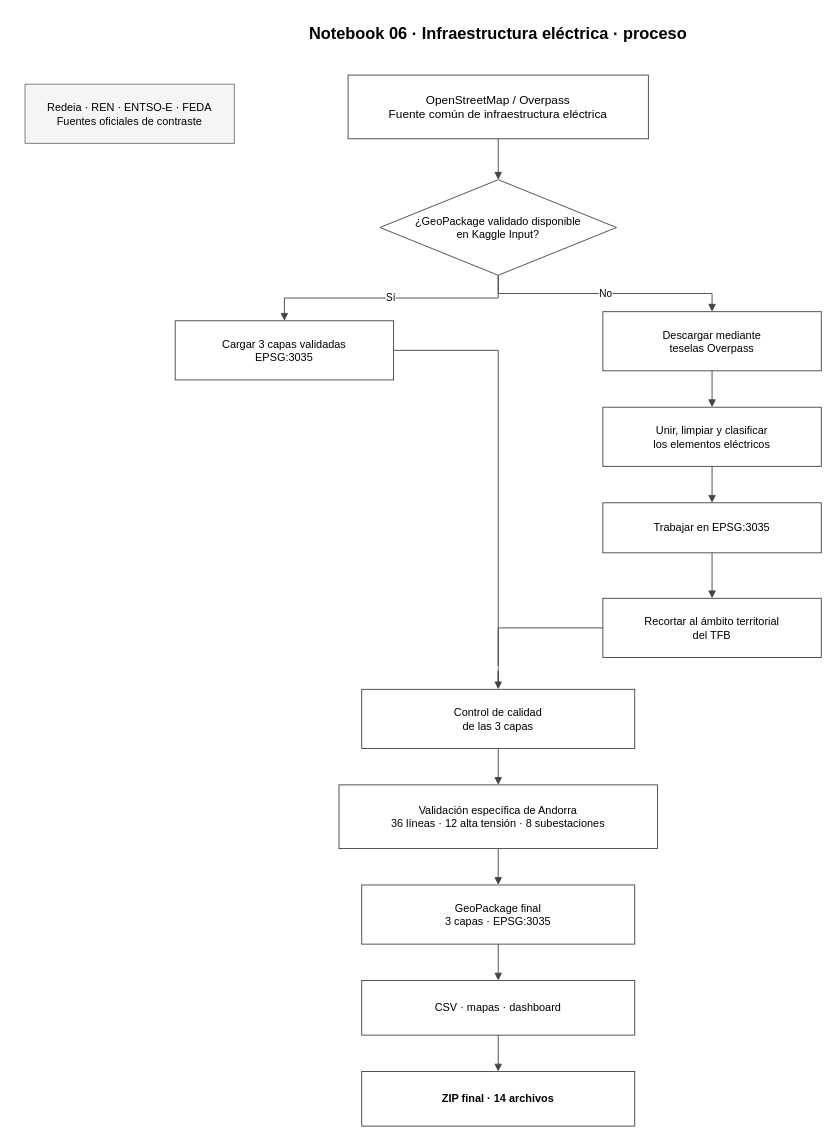
The draw.io diagram docs/diagramas/06_diagrama_proceso.drawio in Aemj2023/TFB-CPD-Sostenibles-Iberia-Final, before the edit. Source tidied: cells renumbered, new cells numbered last; positions are measured from the earlier drawing's top-left corner, leaving out a move shared by most shapes. Both pictures are drawn from the tidied source at 91%, with x=0, y=0 at pixel (25, 15).
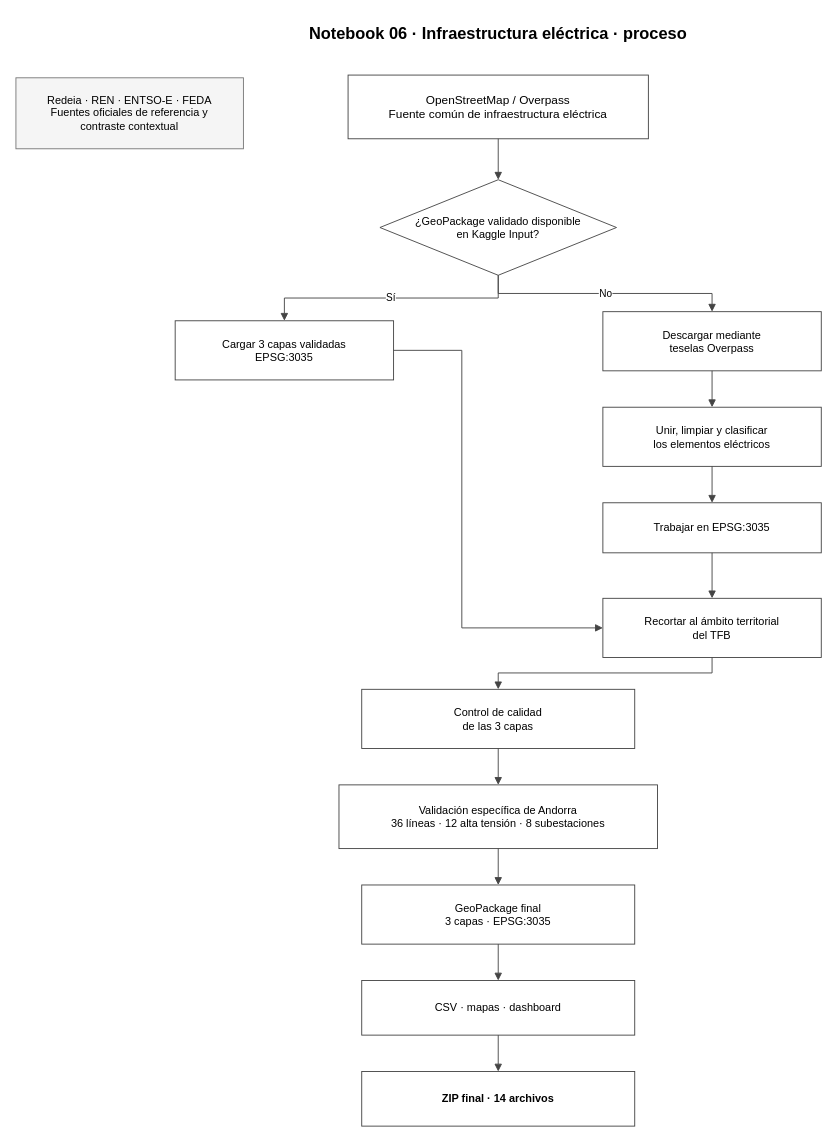
The same page after the edit.

Commit message:
actualizacion diagrama de proceso NB06

Unchanged cells that the change refers to:
```xml
<mxCell id="6" value="Cargar 3 capas validadas&#10;EPSG:3035" style="rounded=0;whiteSpace=wrap;html=1;fillColor=#ffffff;strokeColor=#444444;fontSize=12;align=center;verticalAlign=middle;" parent="1" vertex="1">
  <mxGeometry x="165" y="335" width="240" height="65" as="geometry" />
</mxCell>
<mxCell id="9" value="Recortar al ámbito territorial&#10;del TFB" style="rounded=0;whiteSpace=wrap;html=1;fillColor=#ffffff;strokeColor=#444444;fontSize=12;align=center;verticalAlign=middle;" parent="1" vertex="1">
  <mxGeometry x="635" y="640" width="240" height="65" as="geometry" />
</mxCell>
<mxCell id="11" value="Control de calidad&#10;de las 3 capas" style="rounded=0;whiteSpace=wrap;html=1;fillColor=#ffffff;strokeColor=#444444;fontSize=12;align=center;verticalAlign=middle;" parent="1" vertex="1">
  <mxGeometry x="370" y="740" width="300" height="65" as="geometry" />
</mxCell>
```

Change to the diagram source:
```diff
@@
-    <mxCell id="3" value="Redeia · REN · ENTSO-E · FEDA&#10;Fuentes oficiales de contraste" style="rounded=0;whiteSpace=wrap;html=1;fillColor=#f5f5f5;strokeColor=#777777;fontSize=12;align=center;verticalAlign=middle;" parent="1" vertex="1">
-      <mxGeometry y="75" width="230" height="65" as="geometry" />
+    <mxCell id="3" value="Redeia · REN · ENTSO-E · FEDA&#10;Fuentes oficiales de referencia y&#10;contraste contextual" style="rounded=0;whiteSpace=wrap;html=1;fillColor=#f5f5f5;strokeColor=#777777;fontSize=12;align=center;verticalAlign=middle;" parent="1" vertex="1">
+      <mxGeometry x="-10" y="68" width="250" height="78" as="geometry" />
     </mxCell>
@@
-    <mxCell id="22" style="edgeStyle=orthogonalEdgeStyle;rounded=0;jettySize=auto;html=1;endArrow=none;endFill=0;strokeColor=#444444;" parent="1" edge="1" source="6" target="24">
-      <mxGeometry relative="1" as="geometry" />
+    <mxCell id="22" style="edgeStyle=orthogonalEdgeStyle;rounded=0;jettySize=auto;html=1;endArrow=block;endFill=1;strokeColor=#444444;entryX=0;entryY=0.5;entryDx=0;entryDy=0;" parent="1" edge="1" source="6" target="9">
+      <mxGeometry relative="1" as="geometry">
+        <Array as="points">
+          <mxPoint x="480" y="367.5" />
+          <mxPoint x="480" y="672.5" />
+        </Array>
+      </mxGeometry>
     </mxCell>
-    <mxCell id="23" style="edgeStyle=orthogonalEdgeStyle;rounded=0;jettySize=auto;html=1;endArrow=none;endFill=0;strokeColor=#444444;" parent="1" edge="1" source="9" target="24">
-      <mxGeometry relative="1" as="geometry" />
+    <mxCell id="23" style="edgeStyle=orthogonalEdgeStyle;rounded=0;jettySize=auto;html=1;endArrow=block;endFill=1;strokeColor=#444444;" parent="1" edge="1" source="9" target="11">
+      <mxGeometry relative="1" as="geometry">
+        <Array as="points">
+          <mxPoint x="755" y="722" />
+          <mxPoint x="520" y="722" />
+        </Array>
+      </mxGeometry>
     </mxCell>
-    <mxCell id="24" style="ellipse;html=1;opacity=0;fillOpacity=0;strokeOpacity=0;" parent="1" vertex="1">
-      <mxGeometry x="519.5" y="715" width="1" height="1" as="geometry" />
-    </mxCell>
-    <mxCell id="25" style="edgeStyle=orthogonalEdgeStyle;rounded=0;jettySize=auto;html=1;endArrow=block;endFill=1;strokeColor=#444444;" parent="1" edge="1" source="24" target="11">
-      <mxGeometry relative="1" as="geometry" />
-    </mxCell>
```
